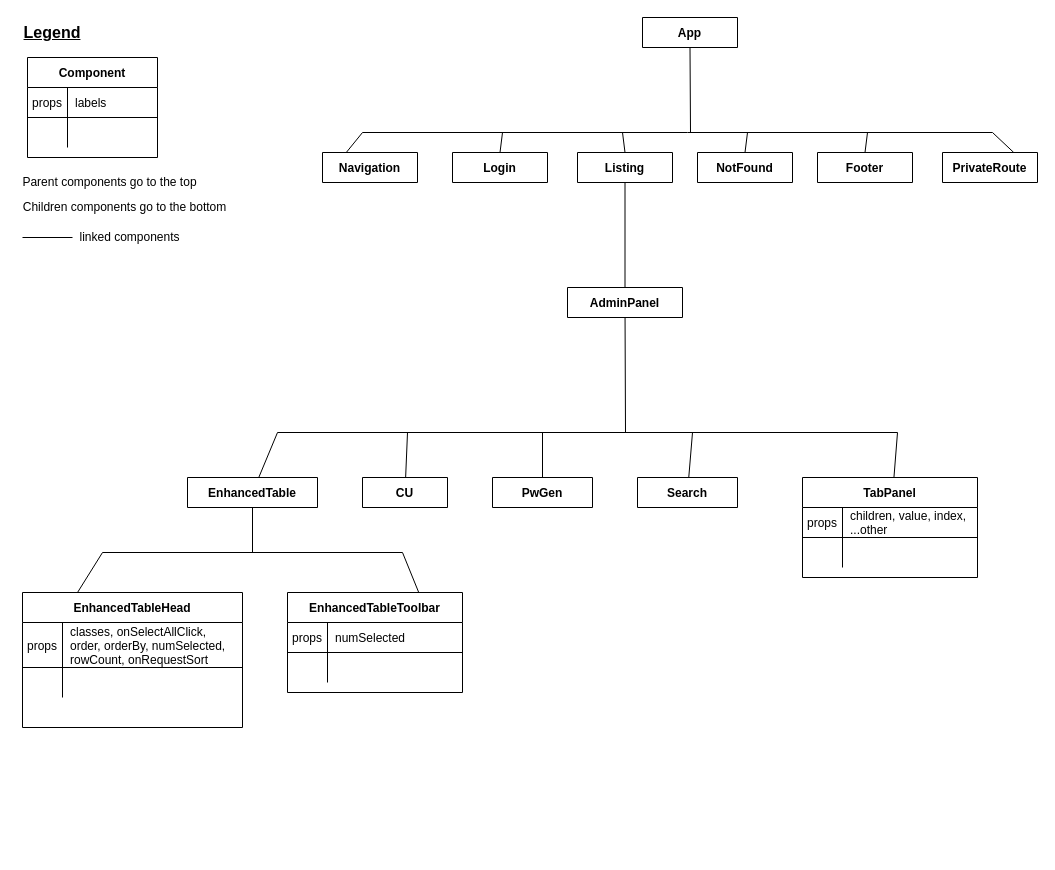
espernguyen97/FS1030-Group-Project-Electronical-Medical-Record-Management-System keeps this draw.io diagram as component-tree.drawio. Above is the earlier version. Source tidied: cells renumbered, new cells numbered last; positions are measured from the earlier drawing's top-left corner, leaving out a move shared by most shapes. Both pictures are drawn from the tidied source at 100%, with x=0, y=0 at pixel (17, 17).
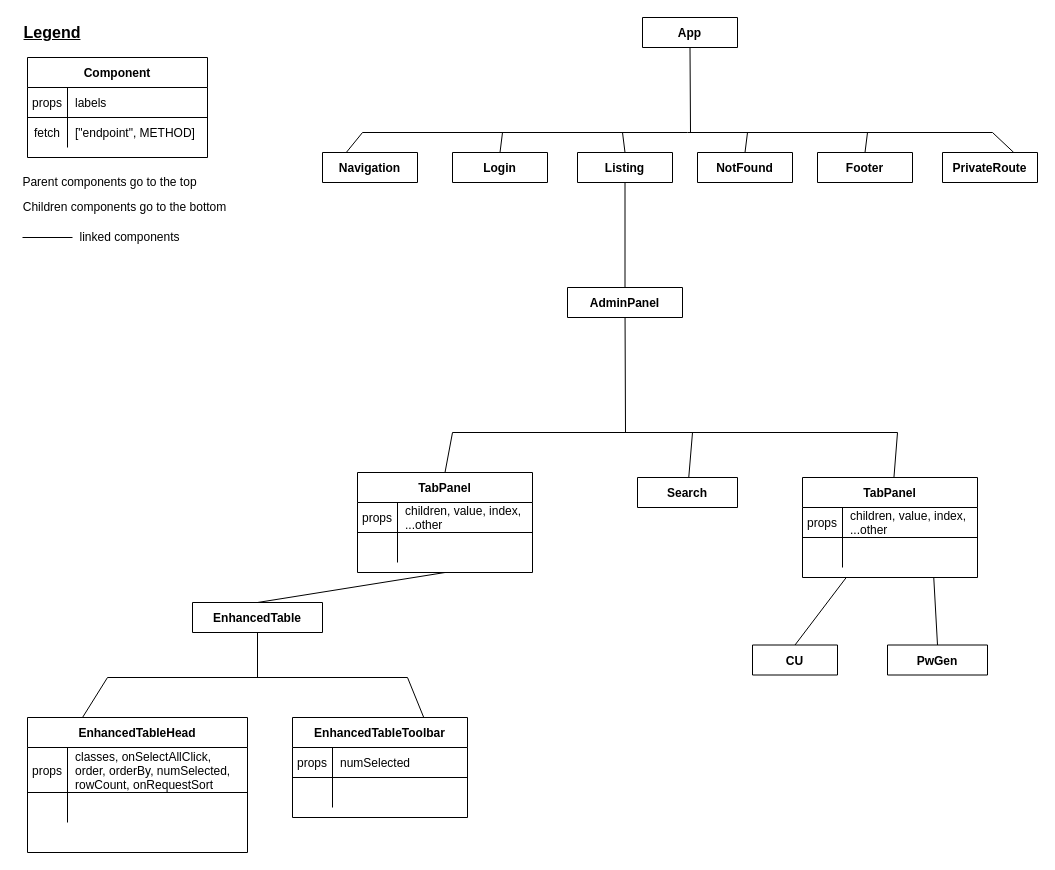
The same page after the edit.

Commit message:
Edit layout of component children in diagram

Unchanged cells that the change refers to:
```xml
<mxCell id="37" value="TabPanel" style="shape=table;startSize=30;childLayout=tableLayout;rowLines=0;fontStyle=1;align=center;" parent="1" vertex="1">
  <mxGeometry x="785" y="460" width="175" height="100" as="geometry" />
</mxCell>
```

The edit, as a diff of the source:
```diff
@@
     <mxCell id="3" value="Component" style="shape=table;startSize=30;childLayout=tableLayout;rowLines=0;fontStyle=1;align=center;" parent="1" vertex="1">
-      <mxGeometry x="10" y="40" width="130" height="100" as="geometry" />
+      <mxGeometry x="10" y="40" width="180" height="100" as="geometry" />
     </mxCell>
     <mxCell id="4" style="shape=partialRectangle;fillColor=none;top=0;left=0;bottom=1;right=0;" parent="3" vertex="1">
-      <mxGeometry y="30" width="130" height="30" as="geometry" />
+      <mxGeometry y="30" width="180" height="30" as="geometry" />
     </mxCell>
@@
     <mxCell id="6" value="labels" style="shape=partialRectangle;fillColor=none;top=0;left=0;bottom=0;right=0;align=left;spacingLeft=6;fontStyle=0;overflow=hidden;" parent="4" vertex="1">
-      <mxGeometry x="40" width="90" height="30" as="geometry" />
+      <mxGeometry x="40" width="140" height="30" as="geometry" />
     </mxCell>
     <mxCell id="7" style="shape=partialRectangle;fillColor=none;top=0;left=0;bottom=0;right=0;" parent="3" vertex="1">
-      <mxGeometry y="60" width="130" height="30" as="geometry" />
+      <mxGeometry y="60" width="180" height="30" as="geometry" />
     </mxCell>
-    <mxCell id="8" style="shape=partialRectangle;fillColor=none;top=0;left=0;bottom=0;right=0;overflow=hidden;" parent="7" vertex="1">
+    <mxCell id="8" value="fetch" style="shape=partialRectangle;fillColor=none;top=0;left=0;bottom=0;right=0;overflow=hidden;" parent="7" vertex="1">
       <mxGeometry width="40" height="30" as="geometry" />
     </mxCell>
-    <mxCell id="9" style="shape=partialRectangle;fillColor=none;top=0;left=0;bottom=0;right=0;align=left;spacingLeft=6;overflow=hidden;" parent="7" vertex="1">
-      <mxGeometry x="40" width="90" height="30" as="geometry" />
+    <mxCell id="9" value="[&quot;endpoint&quot;, METHOD]" style="shape=partialRectangle;fillColor=none;top=0;left=0;bottom=0;right=0;align=left;spacingLeft=6;overflow=hidden;" parent="7" vertex="1">
+      <mxGeometry x="40" width="140" height="30" as="geometry" />
     </mxCell>
@@
     <mxCell id="33" value="EnhancedTable" style="shape=table;startSize=30;childLayout=tableLayout;rowLines=0;fontStyle=1;align=center;" parent="1" vertex="1" collapsed="1">
-      <mxGeometry x="170" y="460" width="130" height="30" as="geometry" />
+      <mxGeometry x="175" y="585" width="130" height="30" as="geometry" />
     </mxCell>
     <mxCell id="34" value="CU" style="shape=table;startSize=30;childLayout=tableLayout;rowLines=0;fontStyle=1;align=center;" parent="1" vertex="1" collapsed="1">
-      <mxGeometry x="345" y="460" width="85" height="30" as="geometry" />
+      <mxGeometry x="735" y="627.5" width="85" height="30" as="geometry" />
     </mxCell>
     <mxCell id="35" value="PwGen" style="shape=table;startSize=30;childLayout=tableLayout;rowLines=0;fontStyle=1;align=center;" parent="1" vertex="1" collapsed="1">
-      <mxGeometry x="475" y="460" width="100" height="30" as="geometry" />
+      <mxGeometry x="870" y="627.5" width="100" height="30" as="geometry" />
     </mxCell>
@@
     <mxCell id="44" style="endArrow=none;html=1;" parent="1" edge="1">
       <mxGeometry relative="1" as="geometry">
-        <mxPoint x="260" y="415" as="sourcePoint" />
+        <mxPoint x="435" y="415" as="sourcePoint" />
         <mxPoint x="880" y="415" as="targetPoint" />
       </mxGeometry>
     </mxCell>
-    <mxCell id="45" style="endArrow=none;html=1;" parent="1" edge="1" source="33">
-      <mxGeometry relative="1" as="geometry">
-        <mxPoint x="260" y="415" as="targetPoint" />
-      </mxGeometry>
-    </mxCell>
-    <mxCell id="46" style="endArrow=none;html=1;" parent="1" edge="1" source="34">
-      <mxGeometry relative="1" as="geometry">
-        <mxPoint x="390" y="415" as="targetPoint" />
-      </mxGeometry>
-    </mxCell>
-    <mxCell id="47" style="endArrow=none;html=1;" parent="1" edge="1" source="35">
-      <mxGeometry relative="1" as="geometry">
-        <mxPoint x="525" y="415" as="targetPoint" />
-      </mxGeometry>
-    </mxCell>
@@
     <mxCell id="50" value="EnhancedTableHead" style="shape=table;startSize=30;childLayout=tableLayout;rowLines=0;fontStyle=1;align=center;" parent="1" vertex="1">
-      <mxGeometry x="5" y="575" width="220" height="135" as="geometry" />
+      <mxGeometry x="10" y="700" width="220" height="135" as="geometry" />
     </mxCell>
@@
     <mxCell id="57" value="EnhancedTableToolbar" style="shape=table;startSize=30;childLayout=tableLayout;rowLines=0;fontStyle=1;align=center;" parent="1" vertex="1">
-      <mxGeometry x="270" y="575" width="175" height="100" as="geometry" />
+      <mxGeometry x="275" y="700" width="175" height="100" as="geometry" />
     </mxCell>
@@
     <mxCell id="64" style="endArrow=none;html=1;entryX=0.5;entryY=1;entryDx=0;entryDy=0;" parent="1" edge="1" target="33">
       <mxGeometry relative="1" as="geometry">
-        <mxPoint x="235" y="535" as="sourcePoint" />
+        <mxPoint x="240" y="660" as="sourcePoint" />
       </mxGeometry>
     </mxCell>
     <mxCell id="65" style="endArrow=none;html=1;" parent="1" edge="1">
       <mxGeometry relative="1" as="geometry">
-        <mxPoint x="85" y="535" as="sourcePoint" />
-        <mxPoint x="385" y="535" as="targetPoint" />
+        <mxPoint x="90" y="660" as="sourcePoint" />
+        <mxPoint x="390" y="660" as="targetPoint" />
       </mxGeometry>
     </mxCell>
     <mxCell id="66" style="endArrow=none;html=1;exitX=0.25;exitY=0;exitDx=0;exitDy=0;" parent="1" edge="1" source="50">
       <mxGeometry relative="1" as="geometry">
-        <mxPoint x="85" y="535" as="targetPoint" />
+        <mxPoint x="90" y="660" as="targetPoint" />
       </mxGeometry>
     </mxCell>
     <mxCell id="67" style="endArrow=none;html=1;exitX=0.75;exitY=0;exitDx=0;exitDy=0;" parent="1" edge="1" source="57">
       <mxGeometry relative="1" as="geometry">
-        <mxPoint x="385" y="535" as="targetPoint" />
+        <mxPoint x="390" y="660" as="targetPoint" />
       </mxGeometry>
     </mxCell>
+    <mxCell id="68" style="endArrow=none;html=1;entryX=0.25;entryY=1;entryDx=0;entryDy=0;exitX=0.5;exitY=0;exitDx=0;exitDy=0;" parent="1" edge="1" source="34" target="37">
+      <mxGeometry relative="1" as="geometry" />
+    </mxCell>
+    <mxCell id="69" style="endArrow=none;html=1;entryX=0.75;entryY=1;entryDx=0;entryDy=0;exitX=0.5;exitY=0;exitDx=0;exitDy=0;" parent="1" edge="1" source="35" target="37">
+      <mxGeometry relative="1" as="geometry" />
+    </mxCell>
+    <mxCell id="70" value="TabPanel" style="shape=table;startSize=30;childLayout=tableLayout;rowLines=0;fontStyle=1;align=center;" parent="1" vertex="1">
+      <mxGeometry x="340" y="455" width="175" height="100" as="geometry" />
+    </mxCell>
+    <mxCell id="71" style="shape=partialRectangle;fillColor=none;top=0;left=0;bottom=1;right=0;" parent="70" vertex="1">
+      <mxGeometry y="30" width="175" height="30" as="geometry" />
+    </mxCell>
+    <mxCell id="72" value="props" style="shape=partialRectangle;fillColor=none;top=0;left=0;bottom=0;right=0;fontStyle=0;overflow=hidden;" parent="71" vertex="1">
+      <mxGeometry width="40" height="30" as="geometry" />
+    </mxCell>
+    <mxCell id="73" value="children, value, index,&#10;...other" style="shape=partialRectangle;fillColor=none;top=0;left=0;bottom=0;right=0;align=left;spacingLeft=6;fontStyle=0;overflow=hidden;" parent="71" vertex="1">
+      <mxGeometry x="40" width="135" height="30" as="geometry" />
+    </mxCell>
+    <mxCell id="74" style="shape=partialRectangle;fillColor=none;top=0;left=0;bottom=0;right=0;" parent="70" vertex="1">
+      <mxGeometry y="60" width="175" height="30" as="geometry" />
+    </mxCell>
+    <mxCell id="75" style="shape=partialRectangle;fillColor=none;top=0;left=0;bottom=0;right=0;overflow=hidden;" parent="74" vertex="1">
+      <mxGeometry width="40" height="30" as="geometry" />
+    </mxCell>
+    <mxCell id="76" style="shape=partialRectangle;fillColor=none;top=0;left=0;bottom=0;right=0;align=left;spacingLeft=6;overflow=hidden;" parent="74" vertex="1">
+      <mxGeometry x="40" width="135" height="30" as="geometry" />
+    </mxCell>
+    <mxCell id="77" style="endArrow=none;html=1;exitX=0.5;exitY=0;exitDx=0;exitDy=0;" parent="1" edge="1" source="70">
+      <mxGeometry relative="1" as="geometry">
+        <mxPoint x="435" y="415" as="targetPoint" />
+      </mxGeometry>
+    </mxCell>
+    <mxCell id="78" style="endArrow=none;html=1;exitX=0.5;exitY=1;exitDx=0;exitDy=0;entryX=0.5;entryY=0;entryDx=0;entryDy=0;" parent="1" edge="1" source="70" target="33">
+      <mxGeometry relative="1" as="geometry" />
+    </mxCell>
```
